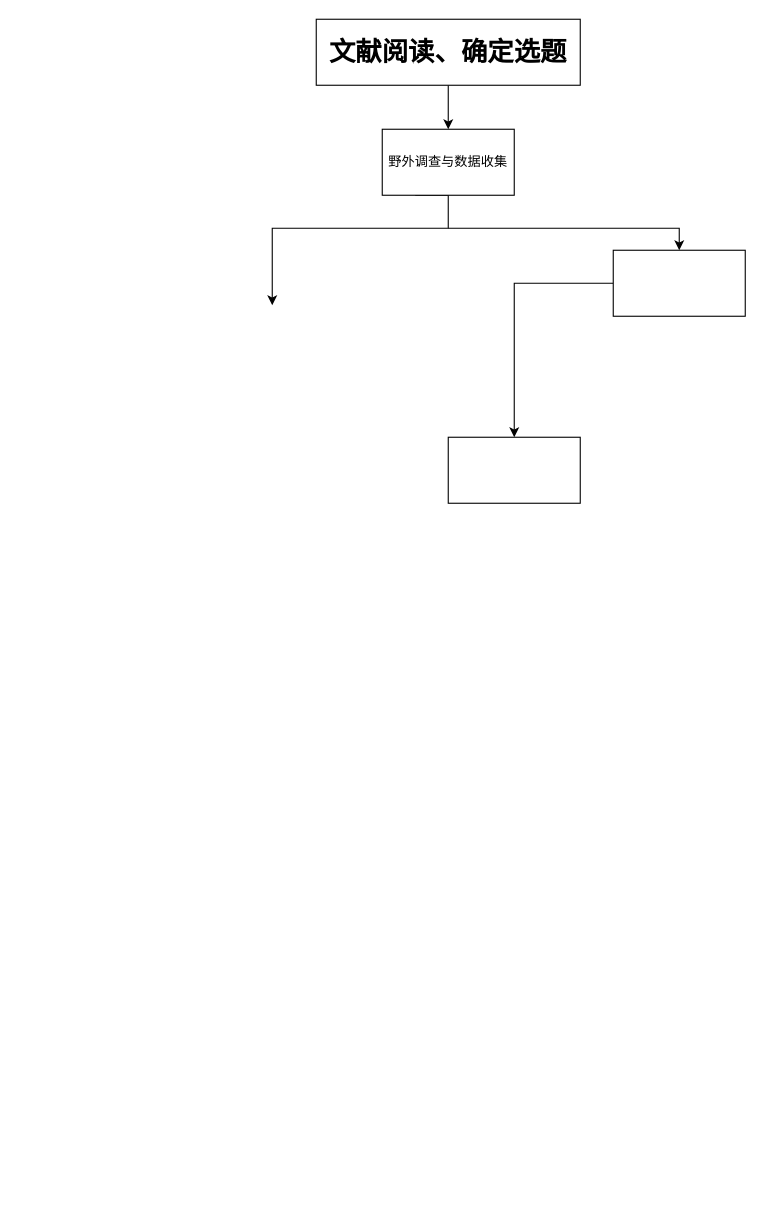
This is page "Page-1" (1 of 2) of Untitled Diagram.drawio from sy5938/diagrams_save, a draw.io file, before an edit. Source tidied: cells renumbered, new cells numbered last; positions are measured from the earlier drawing's top-left corner, leaving out a move shared by most shapes. Both pictures are drawn from the tidied source at 110%, with x=0, y=0 at pixel (272, 19).
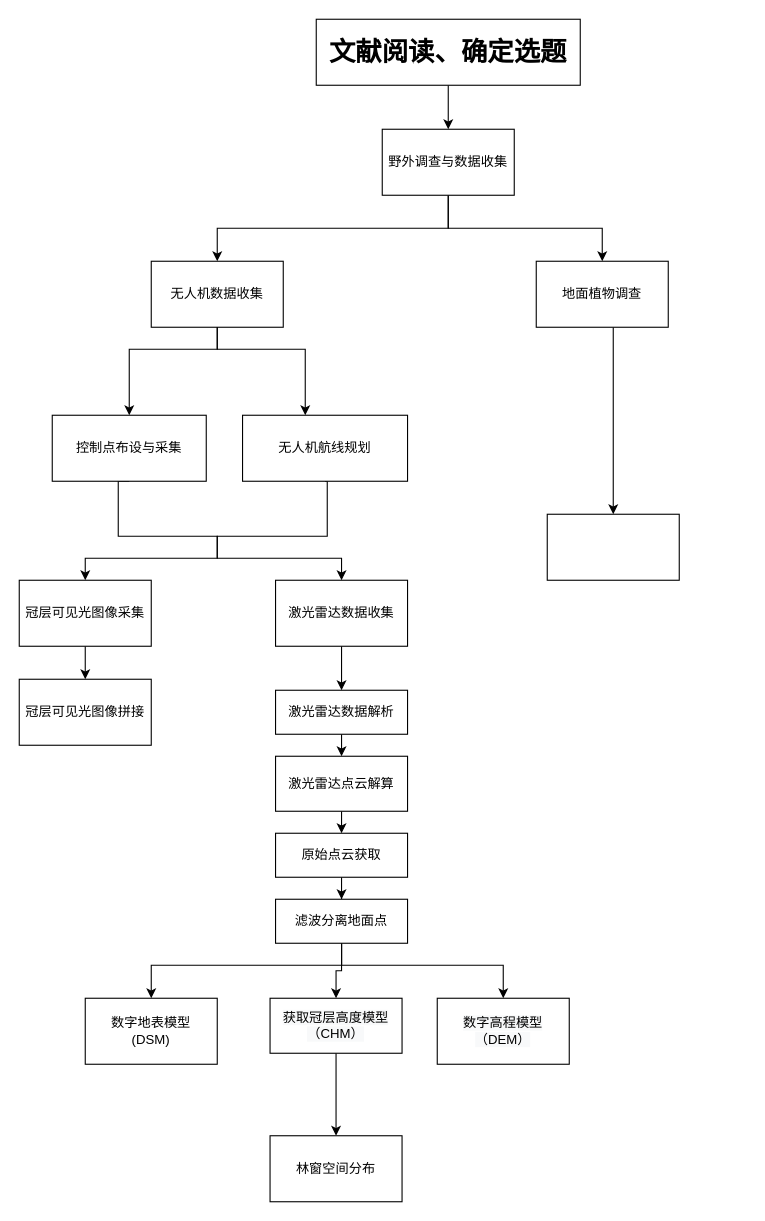
The same page after the edit.

Unchanged cells that the change refers to:
```xml
<mxCell id="6" value="野外调查与数据收集" style="whiteSpace=wrap;html=1;rounded=0;" parent="1" vertex="1">
  <mxGeometry x="100" y="100" width="120" height="60" as="geometry" />
</mxCell>
```

Diff of the diagram source:
```diff
@@
-    <mxCell id="4" style="edgeStyle=orthogonalEdgeStyle;rounded=0;jettySize=auto;html=1;" parent="1" edge="1" target="8">
-      <mxGeometry relative="1" as="geometry">
-        <mxPoint x="160" y="190" as="sourcePoint" />
-        <Array as="points">
-          <mxPoint x="370" y="190" />
-        </Array>
-      </mxGeometry>
-    </mxCell>
-    <mxCell id="5" style="edgeStyle=orthogonalEdgeStyle;rounded=0;jettySize=auto;html=1;exitX=0.25;exitY=1;exitDx=0;exitDy=0;" parent="1" edge="1" source="6">
-      <mxGeometry relative="1" as="geometry">
-        <mxPoint y="260" as="targetPoint" />
-        <Array as="points">
-          <mxPoint x="160" y="160" />
-          <mxPoint x="160" y="190" />
-          <mxPoint y="190" />
-          <mxPoint y="220" />
-        </Array>
-      </mxGeometry>
-    </mxCell>
+    <mxCell id="10" style="edgeStyle=orthogonalEdgeStyle;rounded=0;jettySize=auto;html=1;exitX=0.5;exitY=1;exitDx=0;exitDy=0;" parent="1" edge="1" source="6" target="8">
+      <mxGeometry relative="1" as="geometry" />
+    </mxCell>
+    <mxCell id="11" style="edgeStyle=orthogonalEdgeStyle;rounded=0;jettySize=auto;html=1;exitX=0.5;exitY=1;exitDx=0;exitDy=0;entryX=0.5;entryY=0;entryDx=0;entryDy=0;" parent="1" edge="1" source="6" target="12">
+      <mxGeometry relative="1" as="geometry" />
+    </mxCell>
@@
     <mxCell id="7" style="edgeStyle=orthogonalEdgeStyle;rounded=0;jettySize=auto;html=1;" parent="1" edge="1" source="8" target="9">
-      <mxGeometry relative="1" as="geometry" />
+      <mxGeometry relative="1" as="geometry">
+        <Array as="points">
+          <mxPoint x="310" y="420" />
+        </Array>
+      </mxGeometry>
     </mxCell>
-    <mxCell id="8" style="whiteSpace=wrap;html=1;rounded=0;" parent="1" vertex="1">
-      <mxGeometry x="310" y="210" width="120" height="60" as="geometry" />
+    <mxCell id="8" value="地面植物调查" style="whiteSpace=wrap;html=1;rounded=0;" parent="1" vertex="1">
+      <mxGeometry x="240" y="220" width="120" height="60" as="geometry" />
     </mxCell>
-    <mxCell id="9" style="whiteSpace=wrap;html=1;rounded=0;" parent="1" vertex="1">
-      <mxGeometry x="160" y="380" width="120" height="60" as="geometry" />
+    <mxCell id="9" style="whiteSpace=wrap;html=1;rounded=0;shadow=0;" parent="1" vertex="1">
+      <mxGeometry x="250" y="450" width="120" height="60" as="geometry" />
     </mxCell>
+    <mxCell id="12" value="无人机数据收集" style="rounded=0;whiteSpace=wrap;html=1;" parent="1" vertex="1">
+      <mxGeometry x="-110" y="220" width="120" height="60" as="geometry" />
+    </mxCell>
+    <mxCell id="13" style="edgeStyle=orthogonalEdgeStyle;rounded=0;jettySize=auto;html=1;exitX=0.5;exitY=1;exitDx=0;exitDy=0;" parent="1" edge="1" source="12" target="18">
+      <mxGeometry relative="1" as="geometry">
+        <Array as="points">
+          <mxPoint x="-50" y="300" />
+          <mxPoint x="30" y="300" />
+        </Array>
+      </mxGeometry>
+    </mxCell>
+    <mxCell id="14" style="edgeStyle=orthogonalEdgeStyle;rounded=0;jettySize=auto;html=1;exitX=0.5;exitY=1;exitDx=0;exitDy=0;entryX=0.5;entryY=0;entryDx=0;entryDy=0;" parent="1" edge="1" source="12" target="16">
+      <mxGeometry relative="1" as="geometry">
+        <Array as="points">
+          <mxPoint x="-50" y="300" />
+          <mxPoint x="-130" y="300" />
+          <mxPoint x="-130" y="360" />
+        </Array>
+      </mxGeometry>
+    </mxCell>
+    <mxCell id="15" style="edgeStyle=orthogonalEdgeStyle;rounded=0;jettySize=auto;html=1;exitX=0.5;exitY=1;exitDx=0;exitDy=0;entryX=0.5;entryY=0;entryDx=0;entryDy=0;" parent="1" edge="1" source="16" target="20">
+      <mxGeometry relative="1" as="geometry">
+        <Array as="points">
+          <mxPoint x="-140" y="470" />
+          <mxPoint x="-50" y="470" />
+          <mxPoint x="-50" y="490" />
+          <mxPoint x="-170" y="490" />
+        </Array>
+      </mxGeometry>
+    </mxCell>
+    <mxCell id="16" value="控制点布设与采集" style="rounded=0;whiteSpace=wrap;html=1;" parent="1" vertex="1">
+      <mxGeometry x="-200" y="360" width="140" height="60" as="geometry" />
+    </mxCell>
+    <mxCell id="17" style="edgeStyle=orthogonalEdgeStyle;rounded=0;jettySize=auto;html=1;exitX=0.5;exitY=1;exitDx=0;exitDy=0;entryX=0.5;entryY=0;entryDx=0;entryDy=0;" parent="1" edge="1" source="18" target="22">
+      <mxGeometry relative="1" as="geometry">
+        <Array as="points">
+          <mxPoint x="50" y="470" />
+          <mxPoint x="-50" y="470" />
+          <mxPoint x="-50" y="490" />
+          <mxPoint x="63" y="490" />
+        </Array>
+      </mxGeometry>
+    </mxCell>
+    <mxCell id="18" value="无人机航线规划" style="rounded=0;whiteSpace=wrap;html=1;" parent="1" vertex="1">
+      <mxGeometry x="-27" y="360" width="150" height="60" as="geometry" />
+    </mxCell>
+    <mxCell id="19" style="edgeStyle=orthogonalEdgeStyle;rounded=0;jettySize=auto;html=1;" parent="1" edge="1" source="20" target="38">
+      <mxGeometry relative="1" as="geometry" />
+    </mxCell>
+    <mxCell id="20" value="冠层可见光图像采集" style="rounded=0;whiteSpace=wrap;html=1;shadow=0;" parent="1" vertex="1">
+      <mxGeometry x="-230" y="510" width="120" height="60" as="geometry" />
+    </mxCell>
+    <mxCell id="21" style="edgeStyle=orthogonalEdgeStyle;rounded=0;jettySize=auto;html=1;entryX=0.5;entryY=0;entryDx=0;entryDy=0;" parent="1" edge="1" source="22" target="24">
+      <mxGeometry relative="1" as="geometry" />
+    </mxCell>
+    <mxCell id="22" value="激光雷达数据收集" style="rounded=0;whiteSpace=wrap;html=1;shadow=0;" parent="1" vertex="1">
+      <mxGeometry x="3" y="510" width="120" height="60" as="geometry" />
+    </mxCell>
+    <mxCell id="23" style="edgeStyle=orthogonalEdgeStyle;rounded=0;jettySize=auto;html=1;exitX=0.5;exitY=1;exitDx=0;exitDy=0;entryX=0.5;entryY=0;entryDx=0;entryDy=0;" parent="1" edge="1" source="24" target="26">
+      <mxGeometry relative="1" as="geometry" />
+    </mxCell>
+    <mxCell id="24" value="激光雷达数据解析" style="rounded=0;whiteSpace=wrap;html=1;shadow=0;" parent="1" vertex="1">
+      <mxGeometry x="3" y="610" width="120" height="40" as="geometry" />
+    </mxCell>
+    <mxCell id="25" style="edgeStyle=orthogonalEdgeStyle;rounded=0;jettySize=auto;html=1;entryX=0.5;entryY=0;entryDx=0;entryDy=0;" parent="1" edge="1" source="26" target="29">
+      <mxGeometry relative="1" as="geometry">
+        <Array as="points">
+          <mxPoint x="63" y="730" />
+          <mxPoint x="63" y="730" />
+        </Array>
+      </mxGeometry>
+    </mxCell>
+    <mxCell id="26" value="激光雷达点云解算" style="rounded=0;whiteSpace=wrap;html=1;shadow=0;" parent="1" vertex="1">
+      <mxGeometry x="3" y="670" width="120" height="50" as="geometry" />
+    </mxCell>
+    <mxCell id="27" value="&#10;&#10;&lt;span style=&quot;color: rgb(0, 0, 0); font-family: helvetica; font-size: 12px; font-style: normal; font-weight: 400; letter-spacing: normal; text-align: center; text-indent: 0px; text-transform: none; word-spacing: 0px; background-color: rgb(248, 249, 250); display: inline; float: none;&quot;&gt;数字高程模型&lt;/span&gt;&lt;br style=&quot;color: rgb(0, 0, 0); font-family: helvetica; font-size: 12px; font-style: normal; font-weight: 400; letter-spacing: normal; text-align: center; text-indent: 0px; text-transform: none; word-spacing: 0px; background-color: rgb(248, 249, 250);&quot;&gt;&lt;span style=&quot;color: rgb(0, 0, 0); font-family: helvetica; font-size: 12px; font-style: normal; font-weight: 400; letter-spacing: normal; text-align: center; text-indent: 0px; text-transform: none; word-spacing: 0px; background-color: rgb(248, 249, 250); display: inline; float: none;&quot;&gt;（DEM）&lt;/span&gt;&#10;&#10;" style="rounded=0;whiteSpace=wrap;html=1;shadow=0;" parent="1" vertex="1">
+      <mxGeometry x="150" y="890" width="120" height="60" as="geometry" />
+    </mxCell>
+    <mxCell id="28" style="edgeStyle=orthogonalEdgeStyle;rounded=0;jettySize=auto;html=1;entryX=0.5;entryY=0;entryDx=0;entryDy=0;" parent="1" edge="1" source="29" target="33">
+      <mxGeometry relative="1" as="geometry" />
+    </mxCell>
+    <mxCell id="29" value="原始点云获取" style="rounded=0;whiteSpace=wrap;html=1;shadow=0;" parent="1" vertex="1">
+      <mxGeometry x="3" y="740" width="120" height="40" as="geometry" />
+    </mxCell>
+    <mxCell id="30" style="edgeStyle=orthogonalEdgeStyle;rounded=0;jettySize=auto;html=1;exitX=0.5;exitY=1;exitDx=0;exitDy=0;entryX=0.5;entryY=0;entryDx=0;entryDy=0;" parent="1" edge="1" source="33" target="34">
+      <mxGeometry relative="1" as="geometry">
+        <Array as="points">
+          <mxPoint x="63" y="860" />
+          <mxPoint x="-110" y="860" />
+        </Array>
+      </mxGeometry>
+    </mxCell>
+    <mxCell id="31" style="edgeStyle=orthogonalEdgeStyle;rounded=0;jettySize=auto;html=1;exitX=0.5;exitY=1;exitDx=0;exitDy=0;entryX=0.5;entryY=0;entryDx=0;entryDy=0;" parent="1" edge="1" source="33" target="27">
+      <mxGeometry relative="1" as="geometry">
+        <Array as="points">
+          <mxPoint x="63" y="860" />
+          <mxPoint x="210" y="860" />
+        </Array>
+      </mxGeometry>
+    </mxCell>
+    <mxCell id="32" style="edgeStyle=orthogonalEdgeStyle;rounded=0;jettySize=auto;html=1;exitX=0.5;exitY=1;exitDx=0;exitDy=0;entryX=0.5;entryY=0;entryDx=0;entryDy=0;" parent="1" edge="1" source="33" target="36">
+      <mxGeometry relative="1" as="geometry" />
+    </mxCell>
+    <mxCell id="33" value="滤波分离地面点" style="rounded=0;whiteSpace=wrap;html=1;shadow=0;" parent="1" vertex="1">
+      <mxGeometry x="3" y="800" width="120" height="40" as="geometry" />
+    </mxCell>
+    <mxCell id="34" value="数字地表模型&lt;br&gt;(DSM)" style="rounded=0;whiteSpace=wrap;html=1;shadow=0;" parent="1" vertex="1">
+      <mxGeometry x="-170" y="890" width="120" height="60" as="geometry" />
+    </mxCell>
+    <mxCell id="35" style="edgeStyle=orthogonalEdgeStyle;rounded=0;jettySize=auto;html=1;" parent="1" edge="1" source="36" target="37">
+      <mxGeometry relative="1" as="geometry" />
+    </mxCell>
+    <mxCell id="36" value="&#10;&#10;&lt;span style=&quot;color: rgb(0, 0, 0); font-family: helvetica; font-size: 12px; font-style: normal; font-weight: 400; letter-spacing: normal; text-align: center; text-indent: 0px; text-transform: none; word-spacing: 0px; background-color: rgb(248, 249, 250); display: inline; float: none;&quot;&gt;获取冠层高度模型（CHM）&lt;/span&gt;&#10;&#10;" style="rounded=0;whiteSpace=wrap;html=1;shadow=0;" parent="1" vertex="1">
+      <mxGeometry x="-2" y="890" width="120" height="50" as="geometry" />
+    </mxCell>
+    <mxCell id="37" value="林窗空间分布" style="whiteSpace=wrap;html=1;rounded=0;shadow=0;" parent="1" vertex="1">
+      <mxGeometry x="-2" y="1015" width="120" height="60" as="geometry" />
+    </mxCell>
+    <mxCell id="38" value="冠层可见光图像拼接" style="rounded=0;whiteSpace=wrap;html=1;shadow=0;" parent="1" vertex="1">
+      <mxGeometry x="-230" y="600" width="120" height="60" as="geometry" />
+    </mxCell>
```
